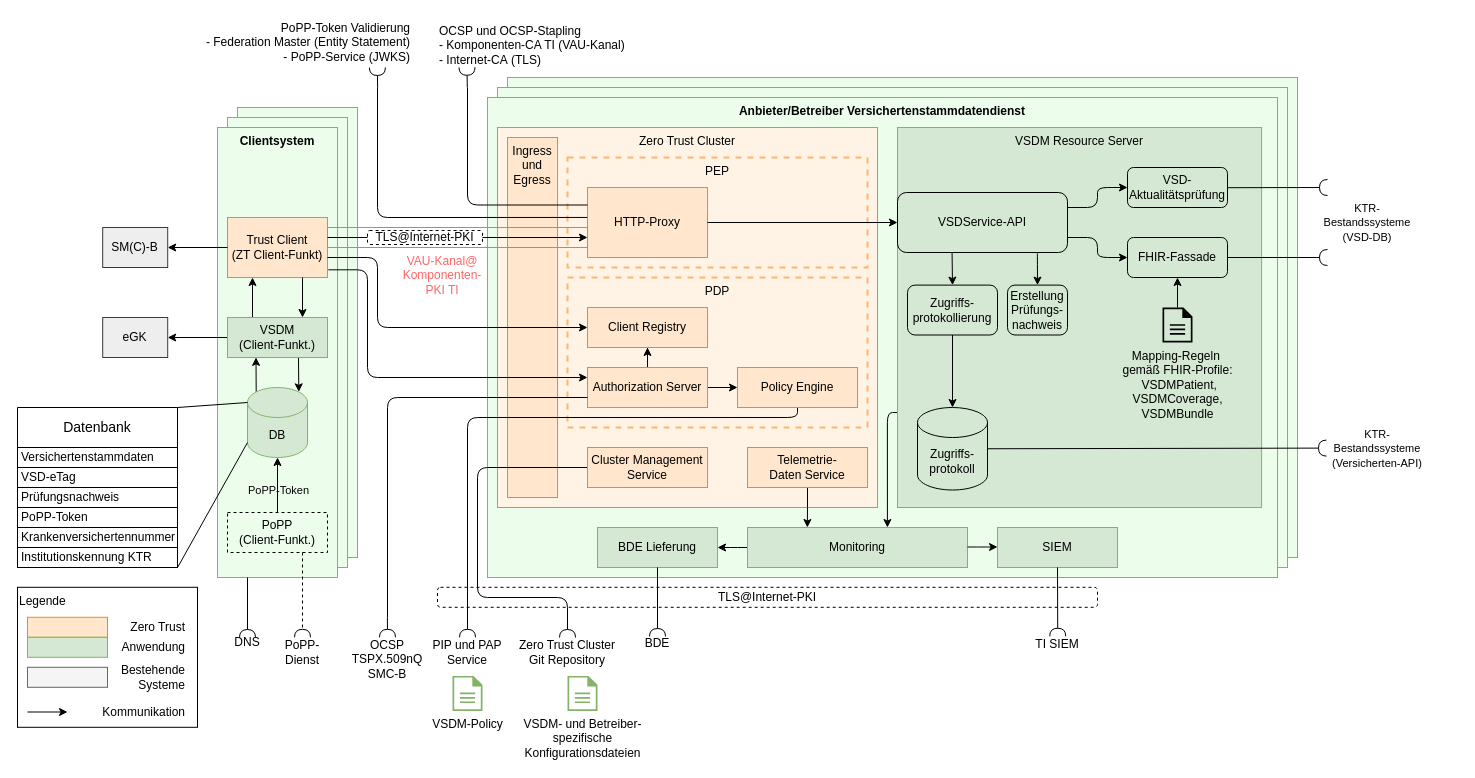
This is src/drawio/Systemüberblick VSDM 2.drawio from gematik/spec-VSDM2, a draw.io file, before an edit. Source tidied: cells renumbered, new cells numbered last; positions are measured from the earlier drawing's top-left corner, leaving out a move shared by most shapes. Both pictures are drawn from the tidied source at 100%, with x=0, y=0 at pixel (17, 17).
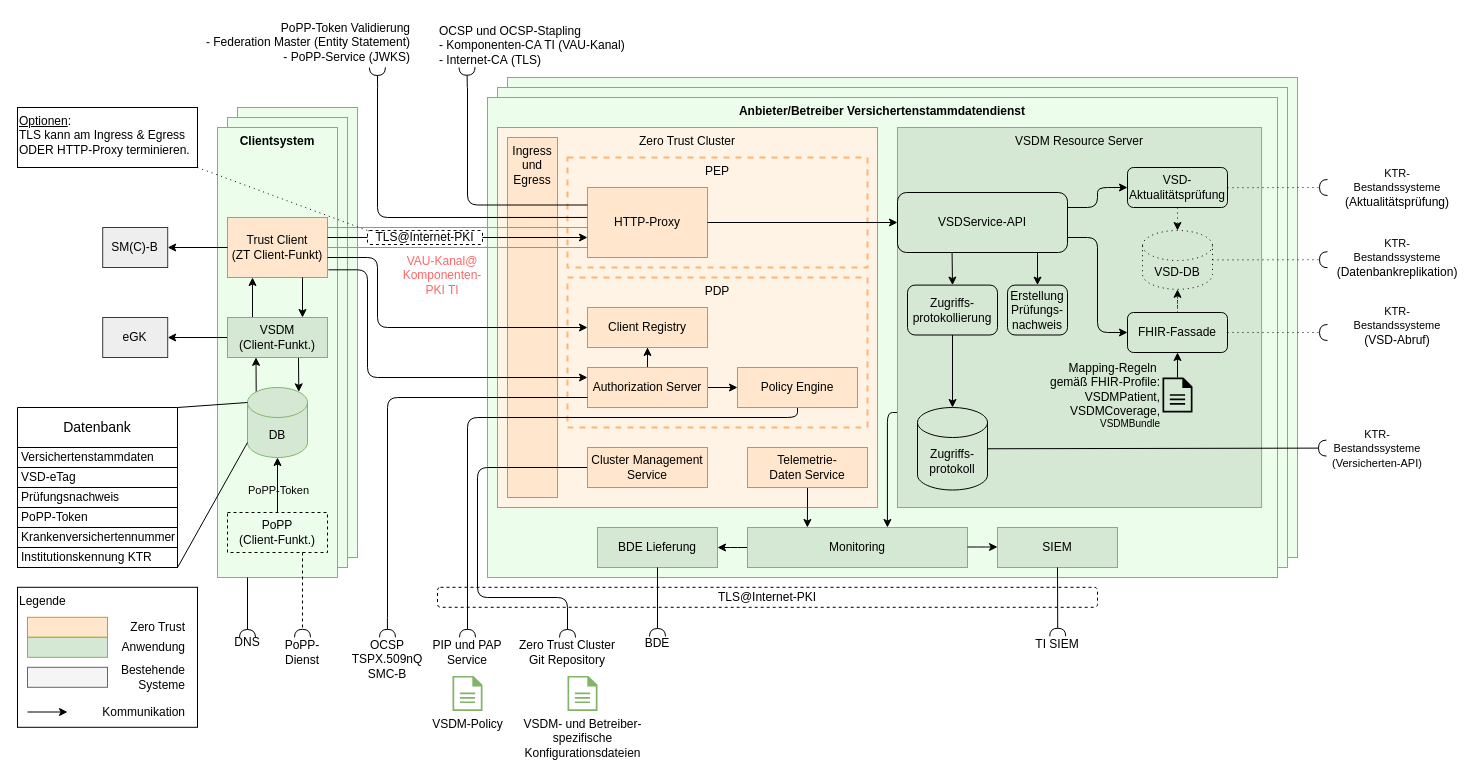
Above is the later version.

Commit message:
Option to replic or cache or persist VSD added

Unchanged cells that the change refers to:
```xml
<mxCell id="79" value="VSDService&lt;span style=&quot;background-color: initial;&quot;&gt;-API&lt;/span&gt;" style="rounded=1;whiteSpace=wrap;html=1;fillColor=none;" parent="1" vertex="1">
  <mxGeometry x="880" y="175" width="170" height="60" as="geometry" />
</mxCell>
<mxCell id="101" value="TLS@Internet-PKI" style="rounded=1;whiteSpace=wrap;html=1;fillColor=default;strokeColor=default;dashed=1;" parent="1" vertex="1">
  <mxGeometry x="350" y="213" width="115" height="14" as="geometry" />
</mxCell>
<mxCell id="105" value="VSD-Aktualitätsprüfung" style="rounded=1;whiteSpace=wrap;html=1;fillColor=none;" parent="1" vertex="1">
  <mxGeometry x="1110" y="150" width="100" height="40" as="geometry" />
</mxCell>
```

The edit, as a diff of the source:
```diff
@@
+    <mxCell id="112" value="&lt;u&gt;Optionen&lt;/u&gt;:&lt;div&gt;&lt;span style=&quot;background-color: initial;&quot;&gt;TLS kann am Ingress &amp;amp; Egress ODER HTTP-Proxy terminieren.&lt;/span&gt;&lt;/div&gt;" style="rounded=0;whiteSpace=wrap;html=1;align=left;verticalAlign=top;" parent="1" vertex="1">
+      <mxGeometry y="90" width="180" height="60" as="geometry" />
+    </mxCell>
@@
+    <mxCell id="113" style="edgeStyle=orthogonalEdgeStyle;rounded=0;jettySize=auto;html=1;dashed=1;dashPattern=1 4;" parent="1" edge="1" source="61" target="116">
+      <mxGeometry relative="1" as="geometry" />
+    </mxCell>
+    <mxCell id="114" style="edgeStyle=orthogonalEdgeStyle;rounded=0;jettySize=auto;html=1;startArrow=classic;startFill=1;endArrow=none;endFill=0;" parent="1" edge="1" source="61" target="63">
+      <mxGeometry relative="1" as="geometry" />
+    </mxCell>
     <mxCell id="61" value="FHIR-Fassade" style="rounded=1;whiteSpace=wrap;html=1;fillColor=none;" parent="1" vertex="1">
-      <mxGeometry x="1110" y="220" width="100" height="40" as="geometry" />
+      <mxGeometry x="1110" y="295" width="100" height="40" as="geometry" />
     </mxCell>
-    <mxCell id="62" style="edgeStyle=orthogonalEdgeStyle;rounded=0;jettySize=auto;html=1;entryX=0.5;entryY=1;entryDx=0;entryDy=0;" parent="1" edge="1" source="63" target="61">
-      <mxGeometry relative="1" as="geometry" />
-    </mxCell>
-    <mxCell id="63" value="Mapping-Regeln&amp;nbsp;&lt;br&gt;gemäß FHIR-Profile:&lt;br&gt;&amp;nbsp;VSDMPatient,&lt;div&gt;VSDMCoverage,&lt;/div&gt;&lt;div&gt;VSDMBundle&lt;/div&gt;" style="sketch=0;shadow=0;dashed=0;html=1;strokeColor=none;fillColor=#000000;labelPosition=center;verticalLabelPosition=bottom;verticalAlign=top;outlineConnect=0;align=center;shape=mxgraph.office.concepts.document;labelBackgroundColor=none;" parent="1" vertex="1">
-      <mxGeometry x="1145" y="290" width="30" height="35" as="geometry" />
+    <mxCell id="63" style="sketch=0;shadow=0;dashed=0;html=1;strokeColor=none;fillColor=#000000;labelPosition=center;verticalLabelPosition=bottom;verticalAlign=top;outlineConnect=0;align=center;shape=mxgraph.office.concepts.document;labelBackgroundColor=none;" parent="1" vertex="1">
+      <mxGeometry x="1145" y="360" width="30" height="35" as="geometry" />
     </mxCell>
@@
-    <mxCell id="65" style="rounded=0;jettySize=auto;html=1;endArrow=halfCircle;endFill=0;endSize=6;strokeWidth=1;sketch=0;entryX=0;entryY=1;entryDx=0;entryDy=0;" parent="1" edge="1" source="61">
+    <mxCell id="65" style="rounded=0;jettySize=auto;html=1;endArrow=halfCircle;endFill=0;endSize=6;strokeWidth=1;sketch=0;dashed=1;dashPattern=1 4;" parent="1" edge="1" source="61">
       <mxGeometry relative="1" as="geometry">
-        <mxPoint x="1310" y="240" as="targetPoint" />
+        <mxPoint x="1310" y="315" as="targetPoint" />
       </mxGeometry>
     </mxCell>
@@
     <mxCell id="80" style="edgeStyle=orthogonalEdgeStyle;rounded=1;jettySize=auto;html=1;entryX=0;entryY=0.5;entryDx=0;entryDy=0;startArrow=none;startFill=0;curved=0;exitX=1;exitY=0.75;exitDx=0;exitDy=0;" parent="1" edge="1" source="79" target="61">
       <mxGeometry relative="1" as="geometry">
         <Array as="points">
           <mxPoint x="1080" y="220" />
-          <mxPoint x="1080" y="240" />
+          <mxPoint x="1080" y="315" />
         </Array>
       </mxGeometry>
     </mxCell>
@@
-    <mxCell id="106" value="Erstellung&lt;div&gt;Prüfungs-nachweis&lt;/div&gt;" style="rounded=1;whiteSpace=wrap;html=1;fillColor=none;" parent="1" vertex="1">
-      <mxGeometry x="990" y="267.6" width="60" height="49.9" as="geometry" />
-    </mxCell>
-    <mxCell id="107" style="edgeStyle=orthogonalEdgeStyle;rounded=1;jettySize=auto;html=1;startArrow=none;startFill=0;curved=0;exitX=0.823;exitY=1;exitDx=0;exitDy=0;exitPerimeter=0;entryX=0.5;entryY=0;entryDx=0;entryDy=0;" parent="1" edge="1" source="79" target="106">
-      <mxGeometry relative="1" as="geometry">
-        <Array as="points">
-          <mxPoint x="1020" y="237" />
-          <mxPoint x="1020" y="237" />
-        </Array>
-      </mxGeometry>
-    </mxCell>
@@
-    <mxCell id="109" value="&lt;span style=&quot;color: rgb(0, 0, 0); font-family: Helvetica; font-size: 11px; font-style: normal; font-variant-ligatures: normal; font-variant-caps: normal; font-weight: 400; letter-spacing: normal; orphans: 2; text-align: center; text-indent: 0px; text-transform: none; widows: 2; word-spacing: 0px; -webkit-text-stroke-width: 0px; white-space: nowrap; background-color: rgb(255, 255, 255); text-decoration-thickness: initial; text-decoration-style: initial; text-decoration-color: initial; display: inline !important; float: none;&quot;&gt;KTR-&lt;/span&gt;&lt;div&gt;&lt;span style=&quot;color: rgb(0, 0, 0); font-family: Helvetica; font-size: 11px; font-style: normal; font-variant-ligatures: normal; font-variant-caps: normal; font-weight: 400; letter-spacing: normal; orphans: 2; text-align: center; text-indent: 0px; text-transform: none; widows: 2; word-spacing: 0px; -webkit-text-stroke-width: 0px; white-space: nowrap; background-color: rgb(255, 255, 255); text-decoration-thickness: initial; text-decoration-style: initial; text-decoration-color: initial; display: inline !important; float: none;&quot;&gt;Bestandssysteme&lt;/span&gt;&lt;div&gt;&lt;div&gt;&lt;span style=&quot;color: rgb(0, 0, 0); font-family: Helvetica; font-size: 11px; font-style: normal; font-variant-ligatures: normal; font-variant-caps: normal; font-weight: 400; letter-spacing: normal; orphans: 2; text-align: center; text-indent: 0px; text-transform: none; widows: 2; word-spacing: 0px; -webkit-text-stroke-width: 0px; white-space: nowrap; background-color: rgb(255, 255, 255); text-decoration-thickness: initial; text-decoration-style: initial; text-decoration-color: initial; display: inline !important; float: none;&quot;&gt;(VSD-DB)&lt;/span&gt;&lt;/div&gt;&lt;/div&gt;&lt;/div&gt;" style="text;html=1;align=center;verticalAlign=middle;whiteSpace=wrap;rounded=0;" parent="1" vertex="1">
-      <mxGeometry x="1300" y="155" width="100" height="100" as="geometry" />
+    <mxCell id="109" value="&lt;span style=&quot;color: rgb(0, 0, 0); font-family: Helvetica; font-size: 11px; font-style: normal; font-variant-ligatures: normal; font-variant-caps: normal; font-weight: 400; letter-spacing: normal; orphans: 2; text-align: center; text-indent: 0px; text-transform: none; widows: 2; word-spacing: 0px; -webkit-text-stroke-width: 0px; white-space: nowrap; background-color: rgb(255, 255, 255); text-decoration-thickness: initial; text-decoration-style: initial; text-decoration-color: initial; display: inline !important; float: none;&quot;&gt;KTR-&lt;/span&gt;&lt;div&gt;&lt;span style=&quot;color: rgb(0, 0, 0); font-family: Helvetica; font-size: 11px; font-style: normal; font-variant-ligatures: normal; font-variant-caps: normal; font-weight: 400; letter-spacing: normal; orphans: 2; text-align: center; text-indent: 0px; text-transform: none; widows: 2; word-spacing: 0px; -webkit-text-stroke-width: 0px; white-space: nowrap; background-color: rgb(255, 255, 255); text-decoration-thickness: initial; text-decoration-style: initial; text-decoration-color: initial; display: inline !important; float: none;&quot;&gt;Bestandssysteme&lt;/span&gt;&lt;div&gt;(Aktualitätsprüfung)&lt;/div&gt;&lt;/div&gt;" style="text;html=1;align=center;verticalAlign=middle;whiteSpace=wrap;rounded=0;" parent="1" vertex="1">
+      <mxGeometry x="1330" y="160" width="100" height="20" as="geometry" />
     </mxCell>
-    <mxCell id="110" style="rounded=0;orthogonalLoop=1;jettySize=auto;html=1;endArrow=halfCircle;endFill=0;endSize=6;strokeWidth=1;sketch=0;exitX=1;exitY=0.5;exitDx=0;exitDy=0;" parent="1" edge="1">
+    <mxCell id="110" style="rounded=0;orthogonalLoop=1;jettySize=auto;html=1;endArrow=halfCircle;endFill=0;endSize=6;strokeWidth=1;sketch=0;exitX=1;exitY=0.5;exitDx=0;exitDy=0;dashed=1;dashPattern=1 4;" parent="1" edge="1">
       <mxGeometry relative="1" as="geometry">
         <mxPoint x="1210" y="170.2" as="sourcePoint" />
         <mxPoint x="1310" y="170" as="targetPoint" />
       </mxGeometry>
     </mxCell>
@@
+    <mxCell id="115" style="endArrow=none;dashed=1;html=1;dashPattern=1 4;strokeWidth=1;rounded=0;exitX=1;exitY=1;exitDx=0;exitDy=0;entryX=0;entryY=0;entryDx=0;entryDy=0;" parent="1" edge="1" source="112" target="101">
+      <mxGeometry relative="1" as="geometry" />
+    </mxCell>
+    <mxCell id="116" value="VSD-DB" style="shape=cylinder3;whiteSpace=wrap;html=1;boundedLbl=1;backgroundOutline=1;size=15;fillColor=#d5e8d4;strokeColor=#000000;dashed=1;dashPattern=1 4;" parent="1" vertex="1">
+      <mxGeometry x="1125" y="213" width="70" height="58.8" as="geometry" />
+    </mxCell>
+    <mxCell id="106" value="Erstellung&lt;div&gt;Prüfungs-nachweis&lt;/div&gt;" style="rounded=1;whiteSpace=wrap;html=1;fillColor=none;" parent="1" vertex="1">
+      <mxGeometry x="990" y="267.6" width="60" height="49.9" as="geometry" />
+    </mxCell>
+    <mxCell id="117" style="edgeStyle=orthogonalEdgeStyle;rounded=0;jettySize=auto;html=1;startArrow=none;startFill=0;curved=0;exitX=0.823;exitY=1;exitDx=0;exitDy=0;exitPerimeter=0;entryX=0.5;entryY=0;entryDx=0;entryDy=0;" parent="1" edge="1" target="106">
+      <mxGeometry relative="1" as="geometry">
+        <mxPoint x="1020" y="235" as="sourcePoint" />
+        <Array as="points">
+          <mxPoint x="1020" y="237" />
+          <mxPoint x="1020" y="237" />
+        </Array>
+      </mxGeometry>
+    </mxCell>
+    <mxCell id="118" style="endArrow=classic;html=1;rounded=0;exitX=0.5;exitY=1;exitDx=0;exitDy=0;dashed=1;dashPattern=1 4;" parent="1" edge="1" source="105" target="116">
+      <mxGeometry relative="1" as="geometry" />
+    </mxCell>
+    <mxCell id="119" style="rounded=0;jettySize=auto;html=1;endArrow=halfCircle;endFill=0;endSize=6;strokeWidth=1;sketch=0;exitX=1;exitY=0.5;exitDx=0;exitDy=0;exitPerimeter=0;dashed=1;dashPattern=1 4;" parent="1" edge="1" source="116">
+      <mxGeometry relative="1" as="geometry">
+        <mxPoint x="1310" y="242.2" as="targetPoint" />
+      </mxGeometry>
+    </mxCell>
+    <mxCell id="120" value="&lt;span style=&quot;color: rgb(0, 0, 0); font-family: Helvetica; font-size: 11px; font-style: normal; font-variant-ligatures: normal; font-variant-caps: normal; font-weight: 400; letter-spacing: normal; orphans: 2; text-align: center; text-indent: 0px; text-transform: none; widows: 2; word-spacing: 0px; -webkit-text-stroke-width: 0px; white-space: nowrap; background-color: rgb(255, 255, 255); text-decoration-thickness: initial; text-decoration-style: initial; text-decoration-color: initial; display: inline !important; float: none;&quot;&gt;KTR-&lt;/span&gt;&lt;div&gt;&lt;span style=&quot;color: rgb(0, 0, 0); font-family: Helvetica; font-size: 11px; font-style: normal; font-variant-ligatures: normal; font-variant-caps: normal; font-weight: 400; letter-spacing: normal; orphans: 2; text-align: center; text-indent: 0px; text-transform: none; widows: 2; word-spacing: 0px; -webkit-text-stroke-width: 0px; white-space: nowrap; background-color: rgb(255, 255, 255); text-decoration-thickness: initial; text-decoration-style: initial; text-decoration-color: initial; display: inline !important; float: none;&quot;&gt;Bestandssysteme&lt;/span&gt;&lt;div&gt;(Datenbankreplikation)&lt;/div&gt;&lt;/div&gt;" style="text;html=1;align=center;verticalAlign=middle;whiteSpace=wrap;rounded=0;" parent="1" vertex="1">
+      <mxGeometry x="1330" y="230" width="100" height="20" as="geometry" />
+    </mxCell>
+    <mxCell id="121" value="&lt;span style=&quot;color: rgb(0, 0, 0); font-family: Helvetica; font-size: 11px; font-style: normal; font-variant-ligatures: normal; font-variant-caps: normal; font-weight: 400; letter-spacing: normal; orphans: 2; text-align: center; text-indent: 0px; text-transform: none; widows: 2; word-spacing: 0px; -webkit-text-stroke-width: 0px; white-space: nowrap; background-color: rgb(255, 255, 255); text-decoration-thickness: initial; text-decoration-style: initial; text-decoration-color: initial; display: inline !important; float: none;&quot;&gt;KTR-&lt;/span&gt;&lt;div&gt;&lt;span style=&quot;color: rgb(0, 0, 0); font-family: Helvetica; font-size: 11px; font-style: normal; font-variant-ligatures: normal; font-variant-caps: normal; font-weight: 400; letter-spacing: normal; orphans: 2; text-align: center; text-indent: 0px; text-transform: none; widows: 2; word-spacing: 0px; -webkit-text-stroke-width: 0px; white-space: nowrap; background-color: rgb(255, 255, 255); text-decoration-thickness: initial; text-decoration-style: initial; text-decoration-color: initial; display: inline !important; float: none;&quot;&gt;Bestandssysteme&lt;/span&gt;&lt;div&gt;(VSD-Abruf)&lt;/div&gt;&lt;/div&gt;" style="text;html=1;align=center;verticalAlign=middle;whiteSpace=wrap;rounded=0;" parent="1" vertex="1">
+      <mxGeometry x="1330" y="297.5" width="100" height="20" as="geometry" />
+    </mxCell>
+    <mxCell id="122" value="&lt;span style=&quot;text-wrap-mode: nowrap;&quot;&gt;Mapping-Regeln&amp;nbsp;&lt;/span&gt;&lt;br style=&quot;text-wrap-mode: nowrap;&quot;&gt;&lt;span style=&quot;text-wrap-mode: nowrap;&quot;&gt;gemäß FHIR-Profile:&lt;/span&gt;&lt;br style=&quot;text-wrap-mode: nowrap;&quot;&gt;&lt;span style=&quot;text-wrap-mode: nowrap;&quot;&gt;&amp;nbsp;VSDMPatient,&lt;/span&gt;&lt;div style=&quot;text-wrap-mode: nowrap;&quot;&gt;VSDMCoverage,&lt;/div&gt;&lt;div style=&quot;text-wrap-mode: nowrap; font-size: 10px;&quot;&gt;VSDMBundle&lt;/div&gt;" style="text;html=1;align=right;verticalAlign=middle;whiteSpace=wrap;rounded=0;" parent="1" vertex="1">
+      <mxGeometry x="1015" y="342.5" width="130" height="70" as="geometry" />
+    </mxCell>
```
